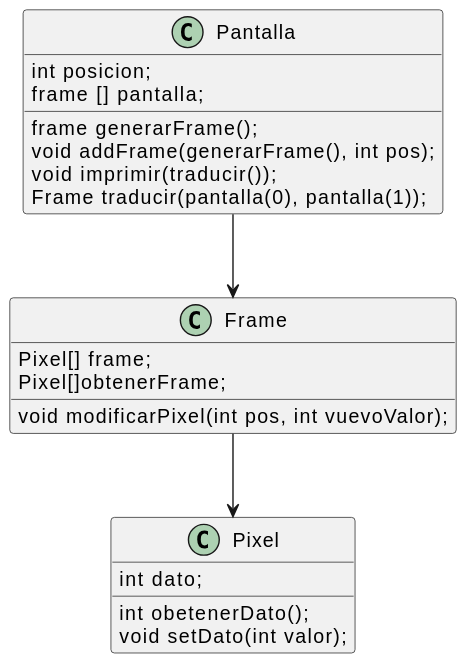
Earlier version of the PlantUML export entregas/castilloCayetano/reto-000/plantUML/images/ejercicio2.svg (mmasias/24-25-EDA2). Its diagram source:
```plantuml
@startuml
class Pantalla {
int posicion;
frame [] pantalla;
frame generarFrame();
void addFrame(generarFrame(), int pos);
void imprimir(traducir());
Frame traducir(pantalla(0), pantalla(1));
}

class Frame {
Pixel[] frame;
void modificarPixel(int pos, int vuevoValor);
Pixel[]obtenerFrame;

}

class Pixel {
int dato;
int obetenerDato();
void setDato(int valor);
}




Pantalla --> Frame
Frame --> Pixel
@enduml
```
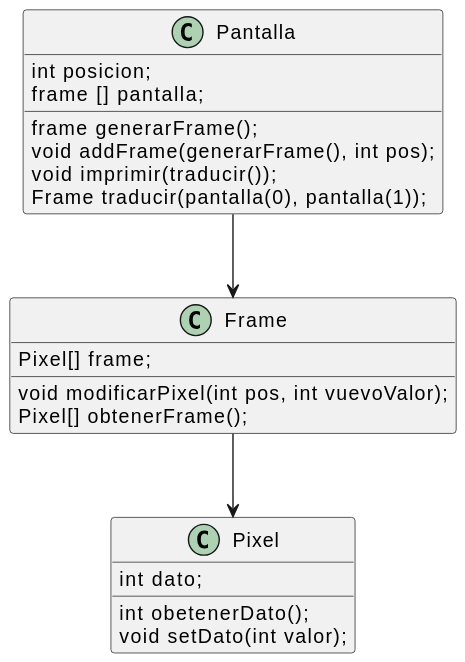
Above is the later version.

The edit, as a diff of the source:
```diff
@@ -11,7 +11,7 @@
 class Frame {
 Pixel[] frame;
 void modificarPixel(int pos, int vuevoValor);
-Pixel[]obtenerFrame;
+Pixel[] obtenerFrame();
 
 }
 
```
